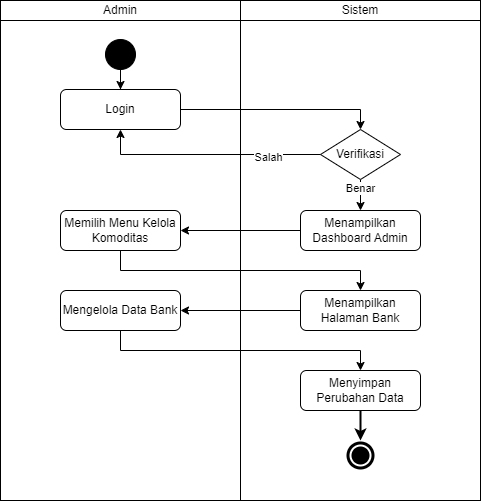
This is docs/activity-diagram/commodities/table-commodities.drawio.png from mitra-agro-usaha-perkebunan/maup-app-docs, a draw.io export, as it was before one commit. Source tidied: cells renumbered, new cells last; positions are measured from the earlier drawing's top-left corner, leaving out a move shared by most shapes.
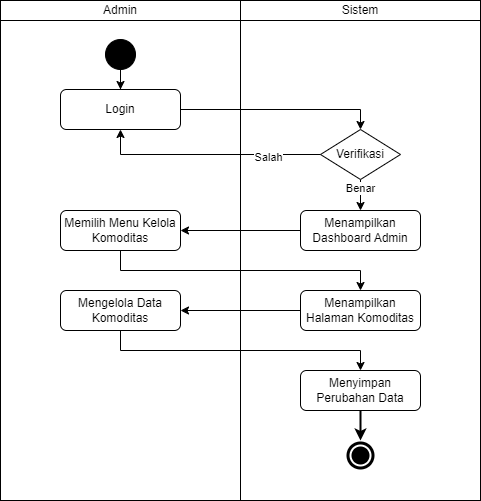
The same file after the commit.

Commit message:
update: activity-diagram

Change to the diagram source:
```diff
@@ -61,13 +61,13 @@
     <mxCell id="17" value="Menampilkan Dashboard Admin" style="rounded=1;whiteSpace=wrap;html=1;" parent="1" vertex="1">
       <mxGeometry x="300" y="210" width="120" height="40" as="geometry" />
     </mxCell>
-    <mxCell id="18" value="Mengelola Data Bank" style="rounded=1;whiteSpace=wrap;html=1;" parent="1" vertex="1">
+    <mxCell id="18" value="Mengelola Data Komoditas" style="rounded=1;whiteSpace=wrap;html=1;" parent="1" vertex="1">
       <mxGeometry x="60" y="290" width="120" height="40" as="geometry" />
     </mxCell>
     <mxCell id="19" style="edgeStyle=orthogonalEdgeStyle;rounded=0;jettySize=auto;html=1;" parent="1" edge="1" source="20" target="18">
       <mxGeometry relative="1" as="geometry" />
     </mxCell>
-    <mxCell id="20" value="Menampilkan Halaman Bank" style="rounded=1;whiteSpace=wrap;html=1;" parent="1" vertex="1">
+    <mxCell id="20" value="Menampilkan Halaman Komoditas" style="rounded=1;whiteSpace=wrap;html=1;" parent="1" vertex="1">
       <mxGeometry x="300" y="290" width="120" height="40" as="geometry" />
     </mxCell>
     <mxCell id="21" style="edgeStyle=orthogonalEdgeStyle;rounded=0;jettySize=auto;html=1;strokeWidth=2;" parent="1" edge="1" source="22" target="6">
```
